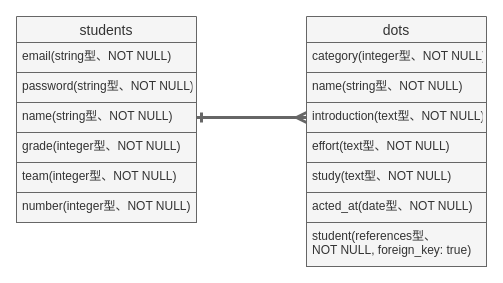
Above: ER.dio in xiangma0531/connecting_dots (draw.io), before the change. Source tidied: cells renumbered, new cells numbered last; positions are measured from the earlier drawing's top-left corner, leaving out a move shared by most shapes. Both pictures are drawn from the tidied source at 100%, with x=0, y=0 at pixel (16, 16).
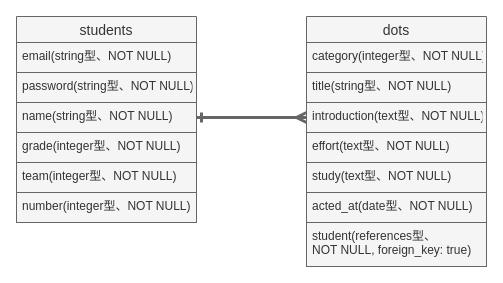
The same diagram, later.

Commit message:
ER図修正(本体)

The edit, as a diff of the source:
```diff
@@
 <mxGraphModel>
   <root>
     <mxCell id="0" />
     <mxCell id="1" parent="0" />
     <mxCell id="2" value="students" style="swimlane;fontStyle=0;horizontal=1;startSize=26;align=center;fontSize=14;fillColor=#f5f5f5;strokeColor=#666666;fontColor=#333333;" parent="1" vertex="1">
       <mxGeometry width="180" height="206" as="geometry" />
     </mxCell>
     <mxCell id="3" value="email(string型、NOT NULL)" style="text;strokeColor=#666666;fillColor=#f5f5f5;spacingLeft=4;spacingRight=4;overflow=hidden;fontSize=12;fontColor=#333333;" parent="2" vertex="1">
       <mxGeometry y="26" width="180" height="30" as="geometry" />
     </mxCell>
     <mxCell id="4" value="password(string型、NOT NULL)" style="text;strokeColor=#666666;fillColor=#f5f5f5;spacingLeft=4;spacingRight=4;overflow=hidden;fontSize=12;fontColor=#333333;" parent="2" vertex="1">
       <mxGeometry y="56" width="180" height="30" as="geometry" />
     </mxCell>
     <mxCell id="5" value="name(string型、NOT NULL)" style="text;strokeColor=#666666;fillColor=#f5f5f5;spacingLeft=4;spacingRight=4;overflow=hidden;points=[[0,0.5],[1,0.5]];portConstraint=eastwest;fontSize=12;fontColor=#333333;" parent="2" vertex="1">
       <mxGeometry y="86" width="180" height="30" as="geometry" />
     </mxCell>
     <mxCell id="6" value="grade(integer型、NOT NULL)" style="text;strokeColor=#666666;fillColor=#f5f5f5;spacingLeft=4;spacingRight=4;overflow=hidden;fontSize=12;fontColor=#333333;" parent="2" vertex="1">
       <mxGeometry y="116" width="180" height="30" as="geometry" />
     </mxCell>
     <mxCell id="7" value="team(integer型、NOT NULL)" style="text;strokeColor=#666666;fillColor=#f5f5f5;spacingLeft=4;spacingRight=4;overflow=hidden;fontSize=12;fontColor=#333333;" parent="2" vertex="1">
       <mxGeometry y="146" width="180" height="30" as="geometry" />
     </mxCell>
     <mxCell id="8" value="number(integer型、NOT NULL)" style="text;strokeColor=#666666;fillColor=#f5f5f5;spacingLeft=4;spacingRight=4;overflow=hidden;fontSize=12;fontColor=#333333;" parent="2" vertex="1">
       <mxGeometry y="176" width="180" height="30" as="geometry" />
     </mxCell>
     <mxCell id="9" value="dots" style="swimlane;fontStyle=0;horizontal=1;startSize=26;align=center;fontSize=14;fillColor=#f5f5f5;strokeColor=#666666;fontColor=#333333;" parent="1" vertex="1">
       <mxGeometry x="290" width="180" height="250" as="geometry" />
     </mxCell>
     <mxCell id="10" value="category(integer型、NOT NULL)" style="text;strokeColor=#666666;fillColor=#f5f5f5;spacingLeft=4;spacingRight=4;overflow=hidden;fontSize=12;fontColor=#333333;" parent="9" vertex="1">
       <mxGeometry y="26" width="180" height="30" as="geometry" />
     </mxCell>
-    <mxCell id="11" value="name(string型、NOT NULL)" style="text;strokeColor=#666666;fillColor=#f5f5f5;spacingLeft=4;spacingRight=4;overflow=hidden;fontSize=12;fontColor=#333333;" parent="9" vertex="1">
+    <mxCell id="11" value="title(string型、NOT NULL)" style="text;strokeColor=#666666;fillColor=#f5f5f5;spacingLeft=4;spacingRight=4;overflow=hidden;fontSize=12;fontColor=#333333;" parent="9" vertex="1">
       <mxGeometry y="56" width="180" height="30" as="geometry" />
     </mxCell>
     <mxCell id="12" value="introduction(text型、NOT NULL)" style="text;strokeColor=#666666;fillColor=#f5f5f5;spacingLeft=4;spacingRight=4;overflow=hidden;points=[[0,0.5],[1,0.5]];portConstraint=eastwest;fontSize=12;fontColor=#333333;" parent="9" vertex="1">
       <mxGeometry y="86" width="180" height="30" as="geometry" />
     </mxCell>
     <mxCell id="13" value="effort(text型、NOT NULL)" style="text;strokeColor=#666666;fillColor=#f5f5f5;spacingLeft=4;spacingRight=4;overflow=hidden;fontSize=12;fontColor=#333333;" parent="9" vertex="1">
       <mxGeometry y="116" width="180" height="30" as="geometry" />
     </mxCell>
     <mxCell id="14" value="study(text型、NOT NULL)" style="text;strokeColor=#666666;fillColor=#f5f5f5;spacingLeft=4;spacingRight=4;overflow=hidden;fontSize=12;fontColor=#333333;" parent="9" vertex="1">
       <mxGeometry y="146" width="180" height="30" as="geometry" />
     </mxCell>
     <mxCell id="15" value="acted_at(date型、NOT NULL)" style="text;strokeColor=#666666;fillColor=#f5f5f5;spacingLeft=4;spacingRight=4;overflow=hidden;fontSize=12;fontColor=#333333;" parent="9" vertex="1">
       <mxGeometry y="176" width="180" height="30" as="geometry" />
     </mxCell>
     <mxCell id="16" value="student(references型、&#10;NOT NULL, foreign_key: true)" style="text;strokeColor=#666666;fillColor=#f5f5f5;spacingLeft=4;spacingRight=4;overflow=hidden;fontSize=12;fontColor=#333333;" parent="9" vertex="1">
       <mxGeometry y="206" width="180" height="44" as="geometry" />
     </mxCell>
     <mxCell id="17" style="edgeStyle=orthogonalEdgeStyle;rounded=0;jettySize=auto;html=1;entryX=0;entryY=0.5;entryDx=0;entryDy=0;startArrow=ERone;startFill=0;endArrow=ERmany;endFill=0;strokeWidth=3;fillColor=#f5f5f5;strokeColor=#666666;" parent="1" edge="1" source="5" target="12">
       <mxGeometry relative="1" as="geometry" />
     </mxCell>
   </root>
 </mxGraphModel>
```
